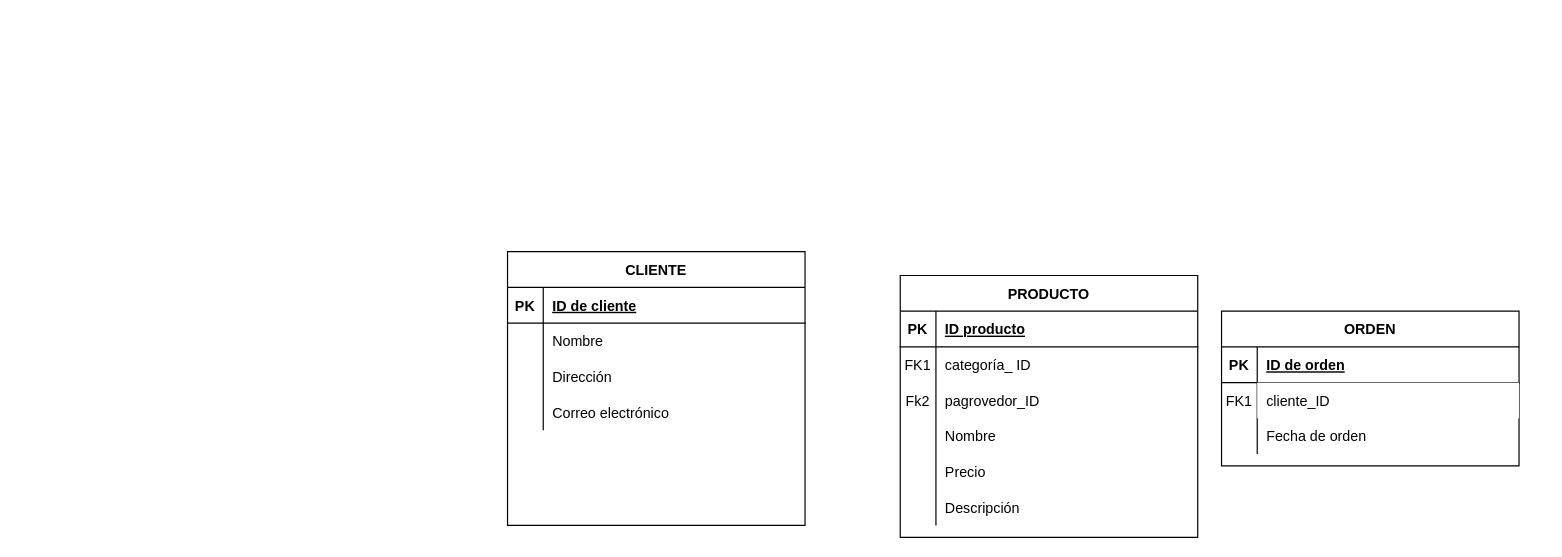
The draw.io diagram Diagrama sin título.drawio in dan-931015/diagrama, before the edit. Source tidied: cells renumbered, new cells numbered last; positions are measured from the earlier drawing's top-left corner, leaving out a move shared by most shapes. Both pictures are drawn from the tidied source at 119%, with x=0, y=0 at pixel (507, 251).
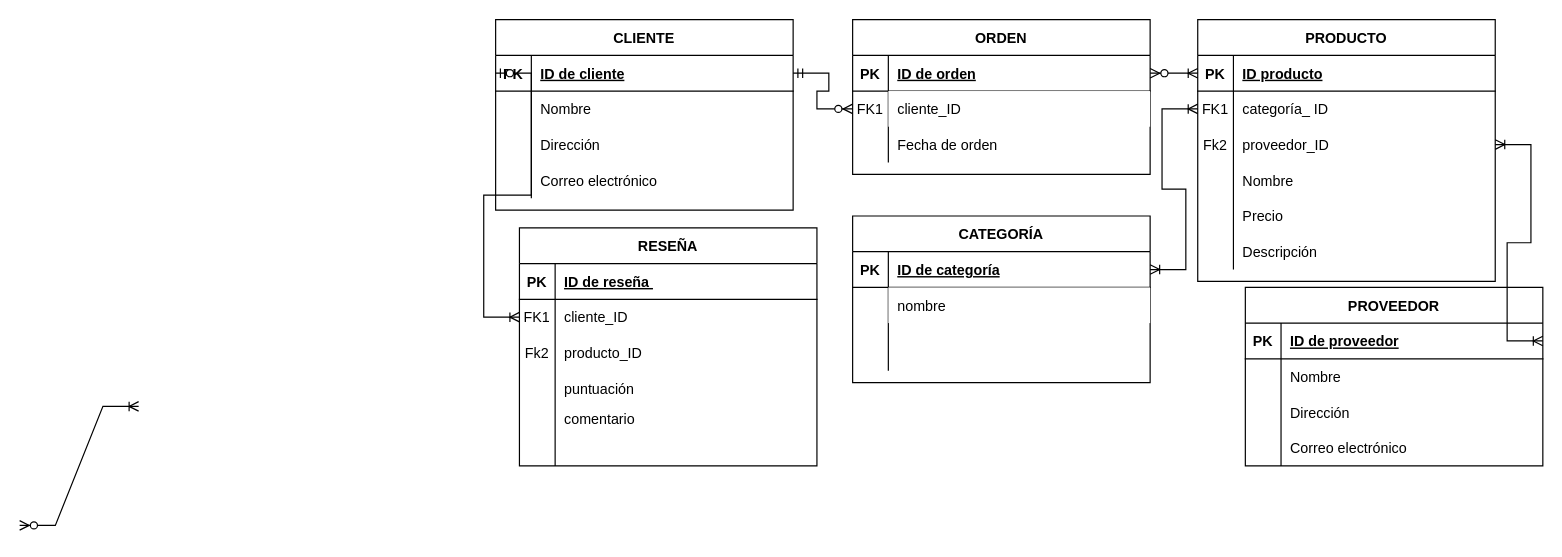
The same page after the edit.

Unchanged cells that the change refers to:
```xml
<mxCell id="3" style="shape=partialRectangle;fillColor=none;points=[[0,0.5],[1,0.5]];portConstraint=eastwest;top=0;left=0;right=0;bottom=1;" parent="2" vertex="1">
  <mxGeometry y="30" width="250" height="30" as="geometry" />
</mxCell>
<mxCell id="6" style="shape=partialRectangle;fillColor=none;points=[[0,0.5],[1,0.5]];portConstraint=eastwest;top=0;left=0;right=0;bottom=0;" parent="2" vertex="1">
  <mxGeometry y="60" width="250" height="30" as="geometry" />
</mxCell>
<mxCell id="9" style="shape=partialRectangle;fillColor=none;points=[[0,0.5],[1,0.5]];portConstraint=eastwest;top=0;left=0;right=0;bottom=0;" parent="2" vertex="1">
  <mxGeometry y="90" width="250" height="30" as="geometry" />
</mxCell>
<mxCell id="22" style="shape=partialRectangle;fillColor=none;points=[[0,0.5],[1,0.5]];portConstraint=eastwest;top=0;left=0;right=0;bottom=1;" parent="21" vertex="1">
  <mxGeometry y="30" width="250" height="30" as="geometry" />
</mxCell>
<mxCell id="25" style="shape=partialRectangle;fillColor=none;points=[[0,0.5],[1,0.5]];portConstraint=eastwest;top=0;left=0;right=0;bottom=0;" parent="21" vertex="1">
  <mxGeometry y="60" width="250" height="30" as="geometry" />
</mxCell>
<mxCell id="32" style="shape=partialRectangle;fillColor=none;points=[[0,0.5],[1,0.5]];portConstraint=eastwest;top=0;left=0;right=0;bottom=1;" parent="31" vertex="1">
  <mxGeometry y="30" width="250" height="30" as="geometry" />
</mxCell>
```

The edit, as a diff of the source:
```diff
@@
     <mxCell id="2" value="PRODUCTO" style="shape=table;startSize=30;childLayout=tableLayout;rowLines=0;fontStyle=1;align=center;" parent="1" vertex="1">
-      <mxGeometry x="330" y="20" width="250" height="220" as="geometry" />
+      <mxGeometry x="580" y="-195" width="250" height="220" as="geometry" />
     </mxCell>
@@
-    <mxCell id="11" value="pagrovedor_ID" style="shape=partialRectangle;overflow=hidden;fillColor=none;top=0;left=0;bottom=0;right=0;align=left;spacingLeft=6;" parent="9" vertex="1">
+    <mxCell id="11" value="proveedor_ID" style="shape=partialRectangle;overflow=hidden;fillColor=none;top=0;left=0;bottom=0;right=0;align=left;spacingLeft=6;" parent="9" vertex="1">
       <mxGeometry x="30" width="220" height="30" as="geometry" />
     </mxCell>
@@
     <mxCell id="21" value="ORDEN" style="shape=table;startSize=30;childLayout=tableLayout;rowLines=0;fontStyle=1;align=center;" parent="1" vertex="1">
-      <mxGeometry x="600" y="50" width="250" height="130" as="geometry" />
+      <mxGeometry x="290" y="-195" width="250" height="130" as="geometry" />
     </mxCell>
@@
     <mxCell id="31" value="CLIENTE" style="shape=table;startSize=30;childLayout=tableLayout;rowLines=0;fontStyle=1;align=center;" parent="1" vertex="1">
-      <mxGeometry width="250" height="230" as="geometry" />
+      <mxGeometry x="-10" y="-195" width="250" height="160" as="geometry" />
     </mxCell>
@@
+    <mxCell id="44" value="CATEGORÍA" style="shape=table;startSize=30;childLayout=tableLayout;rowLines=0;fontStyle=1;align=center;" parent="1" vertex="1">
+      <mxGeometry x="290" y="-30" width="250" height="140" as="geometry" />
+    </mxCell>
+    <mxCell id="45" style="shape=partialRectangle;fillColor=none;points=[[0,0.5],[1,0.5]];portConstraint=eastwest;top=0;left=0;right=0;bottom=1;" parent="44" vertex="1">
+      <mxGeometry y="30" width="250" height="30" as="geometry" />
+    </mxCell>
+    <mxCell id="46" value="PK" style="shape=partialRectangle;overflow=hidden;fillColor=none;top=0;left=0;bottom=0;right=0;fontStyle=1;" parent="45" vertex="1">
+      <mxGeometry width="30" height="30" as="geometry" />
+    </mxCell>
+    <mxCell id="47" value="ID de categoría" style="shape=partialRectangle;overflow=hidden;fillColor=none;top=0;left=0;bottom=0;right=0;align=left;spacingLeft=6;fontStyle=5;" parent="45" vertex="1">
+      <mxGeometry x="30" width="220" height="30" as="geometry" />
+    </mxCell>
+    <mxCell id="48" style="shape=partialRectangle;fillColor=none;top=0;left=0;right=0;bottom=0;" parent="44" vertex="1">
+      <mxGeometry y="60" width="250" height="30" as="geometry" />
+    </mxCell>
+    <mxCell id="49" style="shape=partialRectangle;overflow=hidden;fillColor=none;top=0;left=0;bottom=0;right=0;" parent="48" vertex="1">
+      <mxGeometry width="30" height="30" as="geometry" />
+    </mxCell>
+    <mxCell id="50" value="nombre" style="shape=partialRectangle;overflow=hidden;fillColor=default;top=0;left=0;bottom=0;right=0;align=left;spacingLeft=6;" parent="48" vertex="1">
+      <mxGeometry x="30" width="220" height="30" as="geometry" />
+    </mxCell>
+    <mxCell id="51" style="shape=partialRectangle;fillColor=none;top=0;left=0;right=0;bottom=0;" parent="44" vertex="1">
+      <mxGeometry y="90" width="250" height="40" as="geometry" />
+    </mxCell>
+    <mxCell id="52" style="shape=partialRectangle;overflow=hidden;fillColor=none;top=0;left=0;bottom=0;right=0;" parent="51" vertex="1">
+      <mxGeometry width="30" height="40" as="geometry" />
+    </mxCell>
+    <mxCell id="53" style="shape=partialRectangle;overflow=hidden;fillColor=none;top=0;left=0;bottom=0;right=0;align=left;spacingLeft=6;" parent="51" vertex="1">
+      <mxGeometry x="30" width="220" height="40" as="geometry" />
+    </mxCell>
+    <mxCell id="54" value="PROVEEDOR" style="shape=table;startSize=30;childLayout=tableLayout;rowLines=0;fontStyle=1;align=center;" parent="1" vertex="1">
+      <mxGeometry x="620" y="30" width="250" height="150" as="geometry" />
+    </mxCell>
+    <mxCell id="55" style="shape=partialRectangle;fillColor=none;points=[[0,0.5],[1,0.5]];portConstraint=eastwest;top=0;left=0;right=0;bottom=1;" parent="54" vertex="1">
+      <mxGeometry y="30" width="250" height="30" as="geometry" />
+    </mxCell>
+    <mxCell id="56" value="PK" style="shape=partialRectangle;overflow=hidden;fillColor=none;top=0;left=0;bottom=0;right=0;fontStyle=1;" parent="55" vertex="1">
+      <mxGeometry width="30" height="30" as="geometry" />
+    </mxCell>
+    <mxCell id="57" value="ID de proveedor" style="shape=partialRectangle;overflow=hidden;fillColor=none;top=0;left=0;bottom=0;right=0;align=left;spacingLeft=6;fontStyle=5;" parent="55" vertex="1">
+      <mxGeometry x="30" width="220" height="30" as="geometry" />
+    </mxCell>
+    <mxCell id="58" style="shape=partialRectangle;fillColor=none;top=0;left=0;right=0;bottom=0;" parent="54" vertex="1">
+      <mxGeometry y="60" width="250" height="30" as="geometry" />
+    </mxCell>
+    <mxCell id="59" style="shape=partialRectangle;overflow=hidden;fillColor=none;top=0;left=0;bottom=0;right=0;" parent="58" vertex="1">
+      <mxGeometry width="30" height="30" as="geometry" />
+    </mxCell>
+    <mxCell id="60" value="Nombre" style="shape=partialRectangle;overflow=hidden;fillColor=none;top=0;left=0;bottom=0;right=0;align=left;spacingLeft=6;" parent="58" vertex="1">
+      <mxGeometry x="30" width="220" height="30" as="geometry" />
+    </mxCell>
+    <mxCell id="61" style="shape=partialRectangle;fillColor=none;top=0;left=0;right=0;bottom=0;" parent="54" vertex="1">
+      <mxGeometry y="90" width="250" height="30" as="geometry" />
+    </mxCell>
+    <mxCell id="62" style="shape=partialRectangle;overflow=hidden;fillColor=none;top=0;left=0;bottom=0;right=0;" parent="61" vertex="1">
+      <mxGeometry width="30" height="30" as="geometry" />
+    </mxCell>
+    <mxCell id="63" value="Dirección" style="shape=partialRectangle;overflow=hidden;fillColor=none;top=0;left=0;bottom=0;right=0;align=left;spacingLeft=6;" parent="61" vertex="1">
+      <mxGeometry x="30" width="220" height="30" as="geometry" />
+    </mxCell>
+    <mxCell id="64" style="shape=partialRectangle;fillColor=none;top=0;left=0;right=0;bottom=0;" parent="54" vertex="1">
+      <mxGeometry y="120" width="250" height="30" as="geometry" />
+    </mxCell>
+    <mxCell id="65" style="shape=partialRectangle;overflow=hidden;fillColor=none;top=0;left=0;bottom=0;right=0;" parent="64" vertex="1">
+      <mxGeometry width="30" height="30" as="geometry" />
+    </mxCell>
+    <mxCell id="66" value="Correo electrónico" style="shape=partialRectangle;overflow=hidden;fillColor=none;top=0;left=0;bottom=0;right=0;align=left;spacingLeft=6;" parent="64" vertex="1">
+      <mxGeometry x="30" width="220" height="30" as="geometry" />
+    </mxCell>
+    <mxCell id="67" value="RESEÑA" style="shape=table;startSize=30;childLayout=tableLayout;rowLines=0;fontStyle=1;align=center;" parent="1" vertex="1">
+      <mxGeometry x="10" y="-20" width="250" height="200" as="geometry" />
+    </mxCell>
+    <mxCell id="68" style="shape=partialRectangle;fillColor=none;top=0;left=0;right=0;bottom=1;" parent="67" vertex="1">
+      <mxGeometry y="30" width="250" height="30" as="geometry" />
+    </mxCell>
+    <mxCell id="69" value="PK" style="shape=partialRectangle;overflow=hidden;fillColor=none;top=0;left=0;bottom=0;right=0;fontStyle=1;" parent="68" vertex="1">
+      <mxGeometry width="30" height="30" as="geometry" />
+    </mxCell>
+    <mxCell id="70" value="ID de reseña " style="shape=partialRectangle;overflow=hidden;fillColor=none;top=0;left=0;bottom=0;right=0;align=left;spacingLeft=6;fontStyle=5;" parent="68" vertex="1">
+      <mxGeometry x="30" width="220" height="30" as="geometry" />
+    </mxCell>
+    <mxCell id="71" style="shape=partialRectangle;fillColor=none;points=[[0,0.5],[1,0.5]];portConstraint=eastwest;top=0;left=0;right=0;bottom=0;" parent="67" vertex="1">
+      <mxGeometry y="60" width="250" height="30" as="geometry" />
+    </mxCell>
+    <mxCell id="72" value="FK1" style="shape=partialRectangle;overflow=hidden;fillColor=none;top=0;left=0;bottom=0;right=0;" parent="71" vertex="1">
+      <mxGeometry width="30" height="30" as="geometry" />
+    </mxCell>
+    <mxCell id="73" value="cliente_ID" style="shape=partialRectangle;overflow=hidden;fillColor=none;top=0;left=0;bottom=0;right=0;align=left;spacingLeft=6;" parent="71" vertex="1">
+      <mxGeometry x="30" width="220" height="30" as="geometry" />
+    </mxCell>
+    <mxCell id="74" style="shape=partialRectangle;fillColor=none;top=0;left=0;right=0;bottom=0;" parent="67" vertex="1">
+      <mxGeometry y="90" width="250" height="30" as="geometry" />
+    </mxCell>
+    <mxCell id="75" value="Fk2" style="shape=partialRectangle;overflow=hidden;fillColor=none;top=0;left=0;bottom=0;right=0;" parent="74" vertex="1">
+      <mxGeometry width="30" height="30" as="geometry" />
+    </mxCell>
+    <mxCell id="76" value="producto_ID" style="shape=partialRectangle;overflow=hidden;fillColor=none;top=0;left=0;bottom=0;right=0;align=left;spacingLeft=6;" parent="74" vertex="1">
+      <mxGeometry x="30" width="220" height="30" as="geometry" />
+    </mxCell>
+    <mxCell id="77" style="shape=partialRectangle;fillColor=none;top=0;left=0;right=0;bottom=0;" parent="67" vertex="1">
+      <mxGeometry y="120" width="250" height="30" as="geometry" />
+    </mxCell>
+    <mxCell id="78" style="shape=partialRectangle;overflow=hidden;fillColor=none;top=0;left=0;bottom=0;right=0;" parent="77" vertex="1">
+      <mxGeometry width="30" height="30" as="geometry" />
+    </mxCell>
+    <mxCell id="79" value="puntuación" style="shape=partialRectangle;overflow=hidden;fillColor=none;top=0;left=0;bottom=0;right=0;align=left;spacingLeft=6;" parent="77" vertex="1">
+      <mxGeometry x="30" width="220" height="30" as="geometry" />
+    </mxCell>
+    <mxCell id="80" style="shape=partialRectangle;fillColor=none;top=0;left=0;right=0;bottom=0;" parent="67" vertex="1">
+      <mxGeometry y="150" width="250" height="20" as="geometry" />
+    </mxCell>
+    <mxCell id="81" style="shape=partialRectangle;overflow=hidden;fillColor=none;top=0;left=0;bottom=0;right=0;" parent="80" vertex="1">
+      <mxGeometry width="30" height="20" as="geometry" />
+    </mxCell>
+    <mxCell id="82" value="comentario" style="shape=partialRectangle;overflow=hidden;fillColor=none;top=0;left=0;bottom=0;right=0;align=left;spacingLeft=6;" parent="80" vertex="1">
+      <mxGeometry x="30" width="220" height="20" as="geometry" />
+    </mxCell>
+    <mxCell id="83" style="shape=partialRectangle;fillColor=none;top=0;left=0;right=0;bottom=0;" parent="67" vertex="1">
+      <mxGeometry y="170" width="250" height="30" as="geometry" />
+    </mxCell>
+    <mxCell id="84" style="shape=partialRectangle;overflow=hidden;fillColor=none;top=0;left=0;bottom=0;right=0;" parent="83" vertex="1">
+      <mxGeometry width="30" height="30" as="geometry" />
+    </mxCell>
+    <mxCell id="85" style="shape=partialRectangle;overflow=hidden;fillColor=none;top=0;left=0;bottom=0;right=0;align=left;spacingLeft=6;" parent="83" vertex="1">
+      <mxGeometry x="30" width="220" height="30" as="geometry" />
+    </mxCell>
+    <mxCell id="86" style="edgeStyle=entityRelationEdgeStyle;fontSize=12;html=1;endArrow=ERzeroToMany;startArrow=ERmandOne;rounded=0;exitX=1;exitY=0.5;exitDx=0;exitDy=0;entryX=0;entryY=0.5;entryDx=0;entryDy=0;" parent="1" edge="1" source="32" target="25">
+      <mxGeometry relative="1" as="geometry" />
+    </mxCell>
+    <mxCell id="87" style="edgeStyle=entityRelationEdgeStyle;fontSize=12;html=1;endArrow=ERoneToMany;startArrow=ERzeroToMany;rounded=0;entryX=0;entryY=0.5;entryDx=0;entryDy=0;exitX=1;exitY=0.5;exitDx=0;exitDy=0;" parent="1" edge="1" source="22" target="3">
+      <mxGeometry relative="1" as="geometry" />
+    </mxCell>
+    <mxCell id="88" style="edgeStyle=entityRelationEdgeStyle;fontSize=12;html=1;endArrow=ERoneToMany;startArrow=ERzeroToMany;rounded=0;" parent="1" edge="1">
+      <mxGeometry relative="1" as="geometry">
+        <mxPoint x="-410" y="230" as="sourcePoint" />
+        <mxPoint x="-310" y="130" as="targetPoint" />
+      </mxGeometry>
+    </mxCell>
+    <mxCell id="89" style="edgeStyle=entityRelationEdgeStyle;fontSize=12;html=1;endArrow=ERoneToMany;startArrow=ERoneToMany;rounded=0;exitX=1;exitY=0.5;exitDx=0;exitDy=0;entryX=0;entryY=0.5;entryDx=0;entryDy=0;" parent="1" edge="1" source="45" target="6">
+      <mxGeometry relative="1" as="geometry">
+        <Array as="points">
+          <mxPoint x="500" y="90" />
+          <mxPoint x="510" y="110" />
+          <mxPoint x="490" y="50" />
+          <mxPoint x="470" y="70" />
+          <mxPoint x="520" y="70" />
+          <mxPoint x="590" y="-70" />
+          <mxPoint x="590" y="-50" />
+          <mxPoint x="520" y="70" />
+        </Array>
+      </mxGeometry>
+    </mxCell>
+    <mxCell id="90" style="edgeStyle=entityRelationEdgeStyle;fontSize=12;html=1;endArrow=ERoneToMany;startArrow=ERoneToMany;rounded=0;entryX=1;entryY=0.5;entryDx=0;entryDy=0;exitX=1;exitY=0.5;exitDx=0;exitDy=0;" parent="1" edge="1" source="55" target="9">
+      <mxGeometry relative="1" as="geometry">
+        <Array as="points">
+          <mxPoint x="870" y="-40" />
+          <mxPoint x="910" y="50" />
+          <mxPoint x="920" y="-40" />
+        </Array>
+      </mxGeometry>
+    </mxCell>
+    <mxCell id="91" style="edgeStyle=entityRelationEdgeStyle;fontSize=12;html=1;endArrow=ERoneToMany;startArrow=ERzeroToOne;rounded=0;exitX=0;exitY=0.5;exitDx=0;exitDy=0;entryX=0;entryY=0.5;entryDx=0;entryDy=0;" parent="1" edge="1" source="32" target="71">
+      <mxGeometry relative="1" as="geometry">
+        <Array as="points">
+          <mxPoint x="-20" y="-100" />
+          <mxPoint x="-10" y="-50" />
+          <mxPoint />
+        </Array>
+      </mxGeometry>
+    </mxCell>
```
